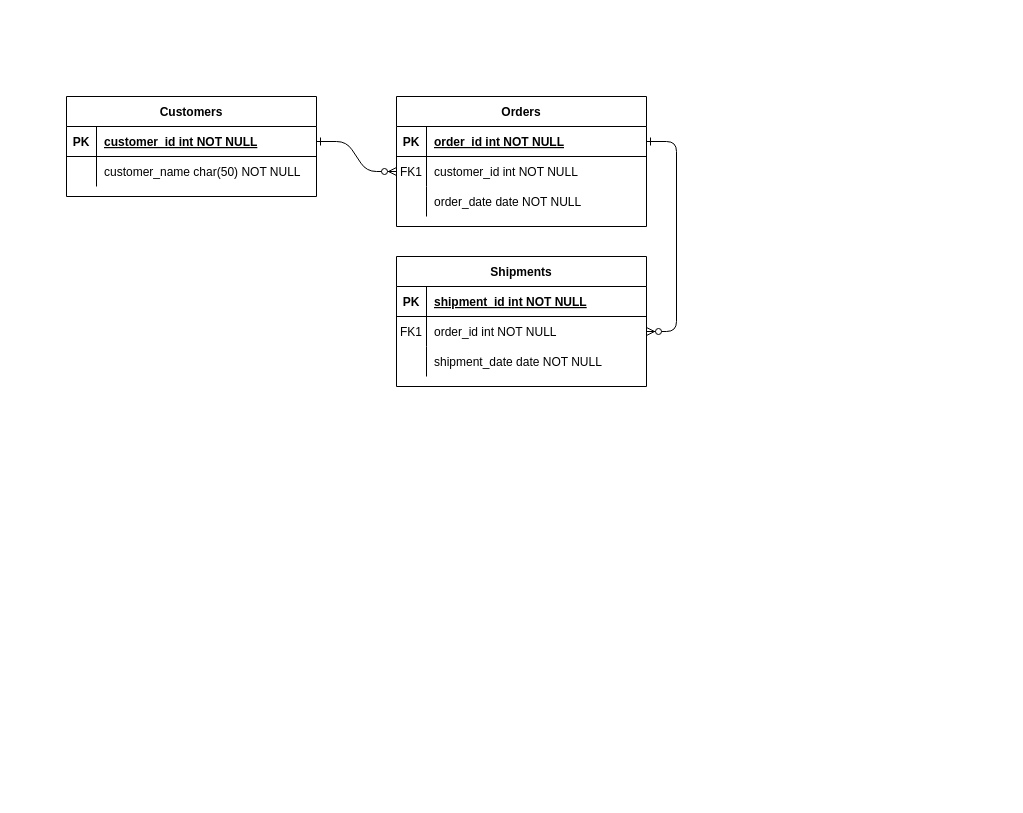
The draw.io diagram ER-diagram.drawio in Goxless/SUAI_3sem_DB, before the edit. Source tidied: cells renumbered, new cells numbered last; positions are measured from the earlier drawing's top-left corner, leaving out a move shared by most shapes. Both pictures are drawn from the tidied source at 100%, with x=0, y=0 at pixel (66, 96).
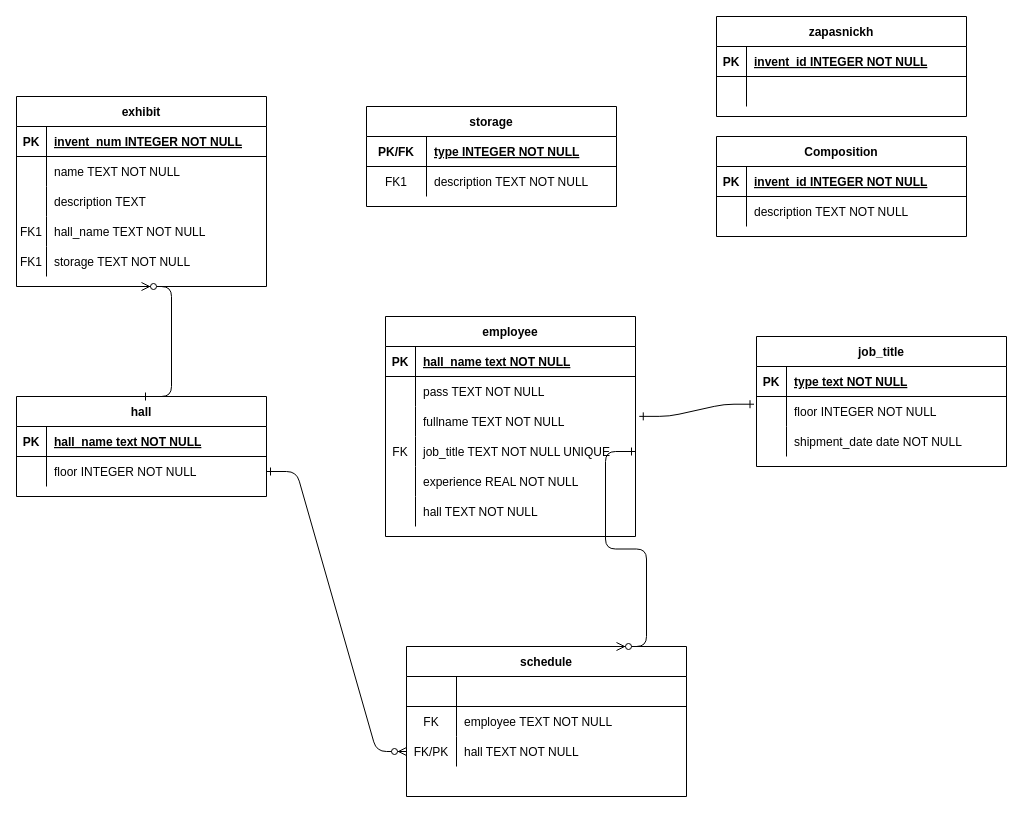
Above is the later version.

Unchanged cells that the change refers to:
```xml
<mxCell id="5" style="shape=partialRectangle;fillColor=none;points=[[0,0.5],[1,0.5]];portConstraint=eastwest;top=0;left=0;right=0;bottom=1;" parent="4" vertex="1">
  <mxGeometry y="30" width="250" height="30" as="geometry" />
</mxCell>
<mxCell id="8" style="shape=partialRectangle;fillColor=none;points=[[0,0.5],[1,0.5]];portConstraint=eastwest;top=0;left=0;right=0;bottom=0;" parent="4" vertex="1">
  <mxGeometry y="60" width="250" height="30" as="geometry" />
</mxCell>
<mxCell id="15" style="shape=partialRectangle;fillColor=none;top=0;left=0;right=0;bottom=1;" parent="14" vertex="1">
  <mxGeometry y="30" width="250" height="30" as="geometry" />
</mxCell>
<mxCell id="18" style="shape=partialRectangle;fillColor=none;points=[[0,0.5],[1,0.5]];portConstraint=eastwest;top=0;left=0;right=0;bottom=0;" parent="14" vertex="1">
  <mxGeometry y="60" width="250" height="30" as="geometry" />
</mxCell>
<mxCell id="25" style="shape=partialRectangle;fillColor=none;points=[[0,0.5],[1,0.5]];portConstraint=eastwest;top=0;left=0;right=0;bottom=1;" parent="24" vertex="1">
  <mxGeometry y="30" width="250" height="30" as="geometry" />
</mxCell>
<mxCell id="28" style="shape=partialRectangle;fillColor=none;top=0;left=0;right=0;bottom=0;" parent="24" vertex="1">
  <mxGeometry y="60" width="250" height="30" as="geometry" />
</mxCell>
```

Diff of the diagram source:
```diff
@@
-    <mxCell id="2" style="edgeStyle=entityRelationEdgeStyle;endArrow=ERzeroToMany;startArrow=ERone;endFill=1;startFill=0;" parent="1" edge="1" source="25" target="8">
-      <mxGeometry relative="1" as="geometry" />
-    </mxCell>
-    <mxCell id="3" style="edgeStyle=entityRelationEdgeStyle;endArrow=ERzeroToMany;startArrow=ERone;endFill=1;startFill=0;" parent="1" edge="1" source="5" target="18">
-      <mxGeometry relative="1" as="geometry" />
-    </mxCell>
-    <mxCell id="4" value="Orders" style="shape=table;startSize=30;childLayout=tableLayout;rowLines=0;fontStyle=1;align=center;" parent="1" vertex="1">
-      <mxGeometry x="330" width="250" height="130" as="geometry" />
+    <mxCell id="4" value="Composition" style="shape=table;startSize=30;childLayout=tableLayout;rowLines=0;fontStyle=1;align=center;" parent="1" vertex="1">
+      <mxGeometry x="650" y="40" width="250" height="100" as="geometry" />
     </mxCell>
@@
-    <mxCell id="7" value="order_id int NOT NULL " style="shape=partialRectangle;overflow=hidden;fillColor=none;top=0;left=0;bottom=0;right=0;align=left;spacingLeft=6;fontStyle=5;" parent="5" vertex="1">
+    <mxCell id="7" value="invent_id INTEGER NOT NULL " style="shape=partialRectangle;overflow=hidden;fillColor=none;top=0;left=0;bottom=0;right=0;align=left;spacingLeft=6;fontStyle=5;" parent="5" vertex="1">
       <mxGeometry x="30" width="220" height="30" as="geometry" />
     </mxCell>
@@
-    <mxCell id="9" value="FK1" style="shape=partialRectangle;overflow=hidden;fillColor=none;top=0;left=0;bottom=0;right=0;" parent="8" vertex="1">
+    <mxCell id="9" style="shape=partialRectangle;overflow=hidden;fillColor=none;top=0;left=0;bottom=0;right=0;" parent="8" vertex="1">
       <mxGeometry width="30" height="30" as="geometry" />
     </mxCell>
-    <mxCell id="10" value="customer_id int NOT NULL" style="shape=partialRectangle;overflow=hidden;fillColor=none;top=0;left=0;bottom=0;right=0;align=left;spacingLeft=6;" parent="8" vertex="1">
+    <mxCell id="10" value="description TEXT NOT NULL" style="shape=partialRectangle;overflow=hidden;fillColor=none;top=0;left=0;bottom=0;right=0;align=left;spacingLeft=6;" parent="8" vertex="1">
       <mxGeometry x="30" width="220" height="30" as="geometry" />
     </mxCell>
-    <mxCell id="11" style="shape=partialRectangle;fillColor=none;top=0;left=0;right=0;bottom=0;" parent="4" vertex="1">
-      <mxGeometry y="90" width="250" height="30" as="geometry" />
-    </mxCell>
-    <mxCell id="12" style="shape=partialRectangle;overflow=hidden;fillColor=none;top=0;left=0;bottom=0;right=0;" parent="11" vertex="1">
-      <mxGeometry width="30" height="30" as="geometry" />
-    </mxCell>
-    <mxCell id="13" value="order_date date NOT NULL" style="shape=partialRectangle;overflow=hidden;fillColor=none;top=0;left=0;bottom=0;right=0;align=left;spacingLeft=6;" parent="11" vertex="1">
-      <mxGeometry x="30" width="220" height="30" as="geometry" />
-    </mxCell>
-    <mxCell id="14" value="Shipments" style="shape=table;startSize=30;childLayout=tableLayout;rowLines=0;fontStyle=1;align=center;" parent="1" vertex="1">
-      <mxGeometry x="330" y="160" width="250" height="130" as="geometry" />
+    <mxCell id="14" value="hall" style="shape=table;startSize=30;childLayout=tableLayout;rowLines=0;fontStyle=1;align=center;" parent="1" vertex="1">
+      <mxGeometry x="-50" y="300" width="250" height="100" as="geometry" />
     </mxCell>
@@
-    <mxCell id="17" value="shipment_id int NOT NULL " style="shape=partialRectangle;overflow=hidden;fillColor=none;top=0;left=0;bottom=0;right=0;align=left;spacingLeft=6;fontStyle=5;" parent="15" vertex="1">
+    <mxCell id="17" value="hall_name text NOT NULL " style="shape=partialRectangle;overflow=hidden;fillColor=none;top=0;left=0;bottom=0;right=0;align=left;spacingLeft=6;fontStyle=5;" parent="15" vertex="1">
       <mxGeometry x="30" width="220" height="30" as="geometry" />
     </mxCell>
@@
-    <mxCell id="19" value="FK1" style="shape=partialRectangle;overflow=hidden;fillColor=none;top=0;left=0;bottom=0;right=0;" parent="18" vertex="1">
+    <mxCell id="19" style="shape=partialRectangle;overflow=hidden;fillColor=none;top=0;left=0;bottom=0;right=0;" parent="18" vertex="1">
       <mxGeometry width="30" height="30" as="geometry" />
     </mxCell>
-    <mxCell id="20" value="order_id int NOT NULL" style="shape=partialRectangle;overflow=hidden;fillColor=none;top=0;left=0;bottom=0;right=0;align=left;spacingLeft=6;" parent="18" vertex="1">
+    <mxCell id="20" value="floor INTEGER NOT NULL" style="shape=partialRectangle;overflow=hidden;fillColor=none;top=0;left=0;bottom=0;right=0;align=left;spacingLeft=6;" parent="18" vertex="1">
       <mxGeometry x="30" width="220" height="30" as="geometry" />
     </mxCell>
-    <mxCell id="21" style="shape=partialRectangle;fillColor=none;top=0;left=0;right=0;bottom=0;" parent="14" vertex="1">
-      <mxGeometry y="90" width="250" height="30" as="geometry" />
-    </mxCell>
-    <mxCell id="22" style="shape=partialRectangle;overflow=hidden;fillColor=none;top=0;left=0;bottom=0;right=0;" parent="21" vertex="1">
-      <mxGeometry width="30" height="30" as="geometry" />
-    </mxCell>
-    <mxCell id="23" value="shipment_date date NOT NULL" style="shape=partialRectangle;overflow=hidden;fillColor=none;top=0;left=0;bottom=0;right=0;align=left;spacingLeft=6;" parent="21" vertex="1">
-      <mxGeometry x="30" width="220" height="30" as="geometry" />
-    </mxCell>
-    <mxCell id="24" value="Customers" style="shape=table;startSize=30;childLayout=tableLayout;rowLines=0;fontStyle=1;align=center;" parent="1" vertex="1">
-      <mxGeometry width="250" height="100" as="geometry" />
+    <mxCell id="24" value="exhibit" style="shape=table;startSize=30;childLayout=tableLayout;rowLines=0;fontStyle=1;align=center;" parent="1" vertex="1">
+      <mxGeometry x="-50" width="250" height="190" as="geometry" />
     </mxCell>
@@
-    <mxCell id="27" value="customer_id int NOT NULL " style="shape=partialRectangle;overflow=hidden;fillColor=none;top=0;left=0;bottom=0;right=0;align=left;spacingLeft=6;fontStyle=5;" parent="25" vertex="1">
+    <mxCell id="27" value="invent_num INTEGER NOT NULL " style="shape=partialRectangle;overflow=hidden;fillColor=none;top=0;left=0;bottom=0;right=0;align=left;spacingLeft=6;fontStyle=5;" parent="25" vertex="1">
       <mxGeometry x="30" width="220" height="30" as="geometry" />
     </mxCell>
@@
-    <mxCell id="30" value="customer_name char(50) NOT NULL" style="shape=partialRectangle;overflow=hidden;fillColor=none;top=0;left=0;bottom=0;right=0;align=left;spacingLeft=6;" parent="28" vertex="1">
+    <mxCell id="30" value="name TEXT NOT NULL" style="shape=partialRectangle;overflow=hidden;fillColor=none;top=0;left=0;bottom=0;right=0;align=left;spacingLeft=6;" parent="28" vertex="1">
       <mxGeometry x="30" width="220" height="30" as="geometry" />
     </mxCell>
+    <mxCell id="31" style="shape=partialRectangle;fillColor=none;top=0;left=0;right=0;bottom=0;" parent="24" vertex="1">
+      <mxGeometry y="90" width="250" height="30" as="geometry" />
+    </mxCell>
+    <mxCell id="32" style="shape=partialRectangle;overflow=hidden;fillColor=none;top=0;left=0;bottom=0;right=0;" parent="31" vertex="1">
+      <mxGeometry width="30" height="30" as="geometry" />
+    </mxCell>
+    <mxCell id="33" value="description TEXT " style="shape=partialRectangle;overflow=hidden;fillColor=none;top=0;left=0;bottom=0;right=0;align=left;spacingLeft=6;" parent="31" vertex="1">
+      <mxGeometry x="30" width="220" height="30" as="geometry" />
+    </mxCell>
+    <mxCell id="34" style="shape=partialRectangle;fillColor=none;top=0;left=0;right=0;bottom=0;" parent="24" vertex="1">
+      <mxGeometry y="120" width="250" height="30" as="geometry" />
+    </mxCell>
+    <mxCell id="35" value="FK1" style="shape=partialRectangle;overflow=hidden;fillColor=none;top=0;left=0;bottom=0;right=0;" parent="34" vertex="1">
+      <mxGeometry width="30" height="30" as="geometry" />
+    </mxCell>
+    <mxCell id="36" value="hall_name TEXT NOT NULL " style="shape=partialRectangle;overflow=hidden;fillColor=none;top=0;left=0;bottom=0;right=0;align=left;spacingLeft=6;" parent="34" vertex="1">
+      <mxGeometry x="30" width="220" height="30" as="geometry" />
+    </mxCell>
+    <mxCell id="37" style="shape=partialRectangle;fillColor=none;top=0;left=0;right=0;bottom=0;" parent="24" vertex="1">
+      <mxGeometry y="150" width="250" height="30" as="geometry" />
+    </mxCell>
+    <mxCell id="38" value="FK1" style="shape=partialRectangle;overflow=hidden;fillColor=none;top=0;left=0;bottom=0;right=0;" parent="37" vertex="1">
+      <mxGeometry width="30" height="30" as="geometry" />
+    </mxCell>
+    <mxCell id="39" value="storage TEXT NOT NULL " style="shape=partialRectangle;overflow=hidden;fillColor=none;top=0;left=0;bottom=0;right=0;align=left;spacingLeft=6;" parent="37" vertex="1">
+      <mxGeometry x="30" width="220" height="30" as="geometry" />
+    </mxCell>
+    <mxCell id="40" style="edgeStyle=entityRelationEdgeStyle;endArrow=ERzeroToMany;startArrow=ERone;endFill=1;startFill=0;exitX=0.5;exitY=0;exitDx=0;exitDy=0;entryX=0.5;entryY=1;entryDx=0;entryDy=0;" parent="1" edge="1" source="14" target="24">
+      <mxGeometry relative="1" as="geometry">
+        <Array as="points">
+          <mxPoint x="80" y="220" />
+          <mxPoint x="60" y="230" />
+          <mxPoint x="90" y="170" />
+        </Array>
+      </mxGeometry>
+    </mxCell>
+    <mxCell id="41" value="employee" style="shape=table;startSize=30;childLayout=tableLayout;rowLines=0;fontStyle=1;align=center;" parent="1" vertex="1">
+      <mxGeometry x="319" y="220" width="250" height="220" as="geometry" />
+    </mxCell>
+    <mxCell id="42" style="shape=partialRectangle;fillColor=none;top=0;left=0;right=0;bottom=1;" parent="41" vertex="1">
+      <mxGeometry y="30" width="250" height="30" as="geometry" />
+    </mxCell>
+    <mxCell id="43" value="PK" style="shape=partialRectangle;overflow=hidden;fillColor=none;top=0;left=0;bottom=0;right=0;fontStyle=1;" parent="42" vertex="1">
+      <mxGeometry width="30" height="30" as="geometry" />
+    </mxCell>
+    <mxCell id="44" value="hall_name text NOT NULL " style="shape=partialRectangle;overflow=hidden;fillColor=none;top=0;left=0;bottom=0;right=0;align=left;spacingLeft=6;fontStyle=5;" parent="42" vertex="1">
+      <mxGeometry x="30" width="220" height="30" as="geometry" />
+    </mxCell>
+    <mxCell id="45" style="shape=partialRectangle;fillColor=none;top=0;left=0;right=0;bottom=0;" parent="41" vertex="1">
+      <mxGeometry y="60" width="250" height="30" as="geometry" />
+    </mxCell>
+    <mxCell id="46" style="shape=partialRectangle;overflow=hidden;fillColor=none;top=0;left=0;bottom=0;right=0;" parent="45" vertex="1">
+      <mxGeometry width="30" height="30" as="geometry" />
+    </mxCell>
+    <mxCell id="47" value="pass TEXT NOT NULL" style="shape=partialRectangle;overflow=hidden;fillColor=none;top=0;left=0;bottom=0;right=0;align=left;spacingLeft=6;" parent="45" vertex="1">
+      <mxGeometry x="30" width="220" height="30" as="geometry" />
+    </mxCell>
+    <mxCell id="48" style="shape=partialRectangle;fillColor=none;points=[[0,0.5],[1,0.5]];portConstraint=eastwest;top=0;left=0;right=0;bottom=0;" parent="41" vertex="1">
+      <mxGeometry y="90" width="250" height="30" as="geometry" />
+    </mxCell>
+    <mxCell id="49" style="shape=partialRectangle;overflow=hidden;fillColor=none;top=0;left=0;bottom=0;right=0;" parent="48" vertex="1">
+      <mxGeometry width="30" height="30" as="geometry" />
+    </mxCell>
+    <mxCell id="50" value="fullname TEXT NOT NULL" style="shape=partialRectangle;overflow=hidden;fillColor=none;top=0;left=0;bottom=0;right=0;align=left;spacingLeft=6;" parent="48" vertex="1">
+      <mxGeometry x="30" width="220" height="30" as="geometry" />
+    </mxCell>
+    <mxCell id="51" style="shape=partialRectangle;fillColor=none;points=[[0,0.5],[1,0.5]];portConstraint=eastwest;top=0;left=0;right=0;bottom=0;" parent="41" vertex="1">
+      <mxGeometry y="120" width="250" height="30" as="geometry" />
+    </mxCell>
+    <mxCell id="52" value="FK" style="shape=partialRectangle;overflow=hidden;fillColor=none;top=0;left=0;bottom=0;right=0;" parent="51" vertex="1">
+      <mxGeometry width="30" height="30" as="geometry" />
+    </mxCell>
+    <mxCell id="53" value="job_title TEXT NOT NULL UNIQUE" style="shape=partialRectangle;overflow=hidden;fillColor=none;top=0;left=0;bottom=0;right=0;align=left;spacingLeft=6;" parent="51" vertex="1">
+      <mxGeometry x="30" width="220" height="30" as="geometry" />
+    </mxCell>
+    <mxCell id="54" style="shape=partialRectangle;fillColor=none;top=0;left=0;right=0;bottom=0;" parent="41" vertex="1">
+      <mxGeometry y="150" width="250" height="30" as="geometry" />
+    </mxCell>
+    <mxCell id="55" style="shape=partialRectangle;overflow=hidden;fillColor=none;top=0;left=0;bottom=0;right=0;" parent="54" vertex="1">
+      <mxGeometry width="30" height="30" as="geometry" />
+    </mxCell>
+    <mxCell id="56" value="experience REAL NOT NULL" style="shape=partialRectangle;overflow=hidden;fillColor=none;top=0;left=0;bottom=0;right=0;align=left;spacingLeft=6;" parent="54" vertex="1">
+      <mxGeometry x="30" width="220" height="30" as="geometry" />
+    </mxCell>
+    <mxCell id="57" style="shape=partialRectangle;fillColor=none;top=0;left=0;right=0;bottom=0;" parent="41" vertex="1">
+      <mxGeometry y="180" width="250" height="30" as="geometry" />
+    </mxCell>
+    <mxCell id="58" style="shape=partialRectangle;overflow=hidden;fillColor=none;top=0;left=0;bottom=0;right=0;" parent="57" vertex="1">
+      <mxGeometry width="30" height="30" as="geometry" />
+    </mxCell>
+    <mxCell id="59" value="hall TEXT NOT NULL" style="shape=partialRectangle;overflow=hidden;fillColor=none;top=0;left=0;bottom=0;right=0;align=left;spacingLeft=6;" parent="57" vertex="1">
+      <mxGeometry x="30" width="220" height="30" as="geometry" />
+    </mxCell>
+    <mxCell id="60" value="job_title" style="shape=table;startSize=30;childLayout=tableLayout;rowLines=0;fontStyle=1;align=center;" parent="1" vertex="1">
+      <mxGeometry x="690" y="240" width="250" height="130" as="geometry" />
+    </mxCell>
+    <mxCell id="61" style="shape=partialRectangle;fillColor=none;top=0;left=0;right=0;bottom=1;" parent="60" vertex="1">
+      <mxGeometry y="30" width="250" height="30" as="geometry" />
+    </mxCell>
+    <mxCell id="62" value="PK" style="shape=partialRectangle;overflow=hidden;fillColor=none;top=0;left=0;bottom=0;right=0;fontStyle=1;" parent="61" vertex="1">
+      <mxGeometry width="30" height="30" as="geometry" />
+    </mxCell>
+    <mxCell id="63" value="type text NOT NULL " style="shape=partialRectangle;overflow=hidden;fillColor=none;top=0;left=0;bottom=0;right=0;align=left;spacingLeft=6;fontStyle=5;" parent="61" vertex="1">
+      <mxGeometry x="30" width="220" height="30" as="geometry" />
+    </mxCell>
+    <mxCell id="64" style="shape=partialRectangle;fillColor=none;points=[[0,0.5],[1,0.5]];portConstraint=eastwest;top=0;left=0;right=0;bottom=0;" parent="60" vertex="1">
+      <mxGeometry y="60" width="250" height="30" as="geometry" />
+    </mxCell>
+    <mxCell id="65" style="shape=partialRectangle;overflow=hidden;fillColor=none;top=0;left=0;bottom=0;right=0;" parent="64" vertex="1">
+      <mxGeometry width="30" height="30" as="geometry" />
+    </mxCell>
+    <mxCell id="66" value="floor INTEGER NOT NULL" style="shape=partialRectangle;overflow=hidden;fillColor=none;top=0;left=0;bottom=0;right=0;align=left;spacingLeft=6;" parent="64" vertex="1">
+      <mxGeometry x="30" width="220" height="30" as="geometry" />
+    </mxCell>
+    <mxCell id="67" style="shape=partialRectangle;fillColor=none;top=0;left=0;right=0;bottom=0;" parent="60" vertex="1">
+      <mxGeometry y="90" width="250" height="30" as="geometry" />
+    </mxCell>
+    <mxCell id="68" style="shape=partialRectangle;overflow=hidden;fillColor=none;top=0;left=0;bottom=0;right=0;" parent="67" vertex="1">
+      <mxGeometry width="30" height="30" as="geometry" />
+    </mxCell>
+    <mxCell id="23" value="shipment_date date NOT NULL" style="shape=partialRectangle;overflow=hidden;fillColor=none;top=0;left=0;bottom=0;right=0;align=left;spacingLeft=6;" parent="67" vertex="1">
+      <mxGeometry x="30" width="220" height="30" as="geometry" />
+    </mxCell>
+    <mxCell id="69" value="schedule" style="shape=table;startSize=30;childLayout=tableLayout;rowLines=0;fontStyle=1;align=center;" parent="1" vertex="1">
+      <mxGeometry x="340" y="550" width="280" height="150" as="geometry" />
+    </mxCell>
+    <mxCell id="70" style="shape=partialRectangle;fillColor=none;top=0;left=0;right=0;bottom=1;" parent="69" vertex="1">
+      <mxGeometry y="30" width="280" height="30" as="geometry" />
+    </mxCell>
+    <mxCell id="71" style="shape=partialRectangle;overflow=hidden;fillColor=none;top=0;left=0;bottom=0;right=0;fontStyle=1;" parent="70" vertex="1">
+      <mxGeometry width="50" height="30" as="geometry" />
+    </mxCell>
+    <mxCell id="72" style="shape=partialRectangle;overflow=hidden;fillColor=none;top=0;left=0;bottom=0;right=0;align=left;spacingLeft=6;fontStyle=5;" parent="70" vertex="1">
+      <mxGeometry x="50" width="230" height="30" as="geometry" />
+    </mxCell>
+    <mxCell id="73" style="shape=partialRectangle;fillColor=none;top=0;left=0;right=0;bottom=0;" parent="69" vertex="1">
+      <mxGeometry y="60" width="280" height="30" as="geometry" />
+    </mxCell>
+    <mxCell id="74" value="FK" style="shape=partialRectangle;overflow=hidden;fillColor=none;top=0;left=0;bottom=0;right=0;" parent="73" vertex="1">
+      <mxGeometry width="50" height="30" as="geometry" />
+    </mxCell>
+    <mxCell id="75" value="employee TEXT NOT NULL" style="shape=partialRectangle;overflow=hidden;fillColor=none;top=0;left=0;bottom=0;right=0;align=left;spacingLeft=6;" parent="73" vertex="1">
+      <mxGeometry x="50" width="230" height="30" as="geometry" />
+    </mxCell>
+    <mxCell id="76" style="shape=partialRectangle;fillColor=none;points=[[0,0.5],[1,0.5]];portConstraint=eastwest;top=0;left=0;right=0;bottom=0;" parent="69" vertex="1">
+      <mxGeometry y="90" width="280" height="30" as="geometry" />
+    </mxCell>
+    <mxCell id="77" value="FK/PK" style="shape=partialRectangle;overflow=hidden;fillColor=none;top=0;left=0;bottom=0;right=0;" parent="76" vertex="1">
+      <mxGeometry width="50" height="30" as="geometry" />
+    </mxCell>
+    <mxCell id="78" value="hall TEXT NOT NULL" style="shape=partialRectangle;overflow=hidden;fillColor=none;top=0;left=0;bottom=0;right=0;align=left;spacingLeft=6;" parent="76" vertex="1">
+      <mxGeometry x="50" width="230" height="30" as="geometry" />
+    </mxCell>
+    <mxCell id="79" style="edgeStyle=entityRelationEdgeStyle;endArrow=ERone;startArrow=ERone;endFill=0;startFill=0;entryX=-0.01;entryY=0.257;entryDx=0;entryDy=0;entryPerimeter=0;exitX=1.015;exitY=0.329;exitDx=0;exitDy=0;exitPerimeter=0;" parent="1" edge="1" source="48" target="64">
+      <mxGeometry relative="1" as="geometry" />
+    </mxCell>
+    <mxCell id="80" style="edgeStyle=entityRelationEdgeStyle;endArrow=ERzeroToMany;startArrow=ERone;endFill=1;startFill=0;exitX=1;exitY=0.5;exitDx=0;exitDy=0;entryX=0.75;entryY=0;entryDx=0;entryDy=0;" parent="1" edge="1" source="51" target="69">
+      <mxGeometry relative="1" as="geometry">
+        <Array as="points">
+          <mxPoint x="720" y="530" />
+        </Array>
+      </mxGeometry>
+    </mxCell>
+    <mxCell id="81" style="edgeStyle=entityRelationEdgeStyle;endArrow=ERzeroToMany;startArrow=ERone;endFill=1;startFill=0;exitX=1;exitY=0.5;exitDx=0;exitDy=0;entryX=0;entryY=0.5;entryDx=0;entryDy=0;" parent="1" edge="1" source="18" target="76">
+      <mxGeometry relative="1" as="geometry">
+        <Array as="points">
+          <mxPoint x="340" y="560" />
+          <mxPoint x="240" y="540" />
+        </Array>
+      </mxGeometry>
+    </mxCell>
+    <mxCell id="82" value="zapasnickh" style="shape=table;startSize=30;childLayout=tableLayout;rowLines=0;fontStyle=1;align=center;" parent="1" vertex="1">
+      <mxGeometry x="650" y="-80" width="250" height="100" as="geometry" />
+    </mxCell>
+    <mxCell id="83" style="shape=partialRectangle;fillColor=none;top=0;left=0;right=0;bottom=1;" parent="82" vertex="1">
+      <mxGeometry y="30" width="250" height="30" as="geometry" />
+    </mxCell>
+    <mxCell id="84" value="PK" style="shape=partialRectangle;overflow=hidden;fillColor=none;top=0;left=0;bottom=0;right=0;fontStyle=1;" parent="83" vertex="1">
+      <mxGeometry width="30" height="30" as="geometry" />
+    </mxCell>
+    <mxCell id="85" value="invent_id INTEGER NOT NULL " style="shape=partialRectangle;overflow=hidden;fillColor=none;top=0;left=0;bottom=0;right=0;align=left;spacingLeft=6;fontStyle=5;" parent="83" vertex="1">
+      <mxGeometry x="30" width="220" height="30" as="geometry" />
+    </mxCell>
+    <mxCell id="86" style="shape=partialRectangle;fillColor=none;top=0;left=0;right=0;bottom=0;" parent="82" vertex="1">
+      <mxGeometry y="60" width="250" height="30" as="geometry" />
+    </mxCell>
+    <mxCell id="87" style="shape=partialRectangle;overflow=hidden;fillColor=none;top=0;left=0;bottom=0;right=0;" parent="86" vertex="1">
+      <mxGeometry width="30" height="30" as="geometry" />
+    </mxCell>
+    <mxCell id="88" style="shape=partialRectangle;overflow=hidden;fillColor=none;top=0;left=0;bottom=0;right=0;align=left;spacingLeft=6;" parent="86" vertex="1">
+      <mxGeometry x="30" width="220" height="30" as="geometry" />
+    </mxCell>
+    <mxCell id="89" value="storage" style="shape=table;startSize=30;childLayout=tableLayout;rowLines=0;fontStyle=1;align=center;" parent="1" vertex="1">
+      <mxGeometry x="300" y="10" width="250" height="100" as="geometry" />
+    </mxCell>
+    <mxCell id="90" style="shape=partialRectangle;fillColor=none;top=0;left=0;right=0;bottom=1;" parent="89" vertex="1">
+      <mxGeometry y="30" width="250" height="30" as="geometry" />
+    </mxCell>
+    <mxCell id="91" value="PK/FK" style="shape=partialRectangle;overflow=hidden;fillColor=none;top=0;left=0;bottom=0;right=0;fontStyle=1;" parent="90" vertex="1">
+      <mxGeometry width="60" height="30" as="geometry" />
+    </mxCell>
+    <mxCell id="92" value="type INTEGER NOT NULL " style="shape=partialRectangle;overflow=hidden;fillColor=none;top=0;left=0;bottom=0;right=0;align=left;spacingLeft=6;fontStyle=5;" parent="90" vertex="1">
+      <mxGeometry x="60" width="190" height="30" as="geometry" />
+    </mxCell>
+    <mxCell id="93" style="shape=partialRectangle;fillColor=none;top=0;left=0;right=0;bottom=0;" parent="89" vertex="1">
+      <mxGeometry y="60" width="250" height="30" as="geometry" />
+    </mxCell>
+    <mxCell id="94" value="FK1" style="shape=partialRectangle;overflow=hidden;fillColor=none;top=0;left=0;bottom=0;right=0;" parent="93" vertex="1">
+      <mxGeometry width="60" height="30" as="geometry" />
+    </mxCell>
+    <mxCell id="95" value="description TEXT NOT NULL" style="shape=partialRectangle;overflow=hidden;fillColor=none;top=0;left=0;bottom=0;right=0;align=left;spacingLeft=6;" parent="93" vertex="1">
+      <mxGeometry x="60" width="190" height="30" as="geometry" />
+    </mxCell>
```
